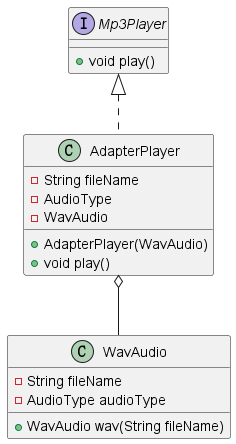
Above: spring-cloud-design-pattern/structure-adapter-pattern/src/main/resources/static/diagram.png in sunnyzhy/Design-pattern (PlantUML), before the change.
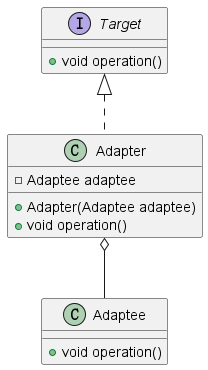
Above is the later version.

Change to the diagram source:
```diff
@@ -1,25 +1,20 @@
 @startuml
 
-AdapterPlayer o-- WavAudio
+Adapter o-- Adaptee
 
-class WavAudio {
-  -String fileName
-  -AudioType audioType
-
-  +WavAudio wav(String fileName)
+class Adaptee {
+  +void operation()
 }
 
-interface Mp3Player {
-  +void play()
+interface Target {
+  +void operation()
 }
 
-class AdapterPlayer implements Mp3Player {
-  - String fileName
-  - AudioType
-  - WavAudio
+class Adapter implements Target {
+  -Adaptee adaptee
 
-  +AdapterPlayer(WavAudio)
-  +void play()
+  +Adapter(Adaptee adaptee)
+  +void operation()
 }
 
 @enduml
```
